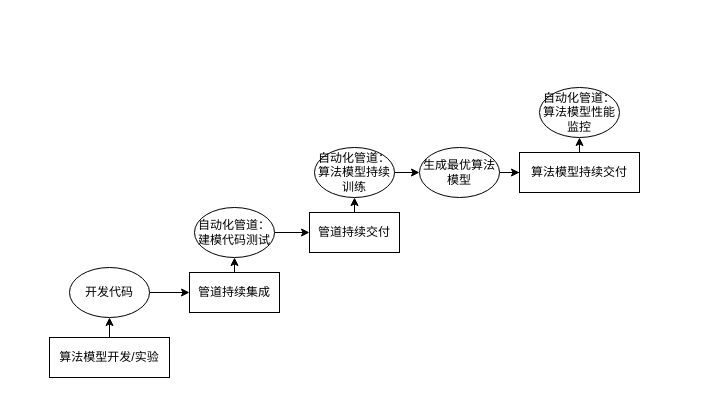
This is CI/CD自动化方案的设计图.drawio from Sequin-hdd/COINFO, a draw.io file, before an edit. Source tidied: cells renumbered, new cells numbered last; positions are measured from the earlier drawing's top-left corner, leaving out a move shared by most shapes. Both pictures are drawn from the tidied source at 100%, with x=0, y=0 at pixel (49, 87).
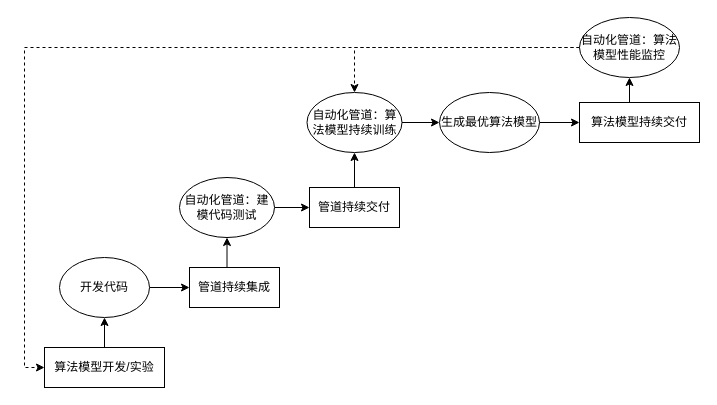
After the change.

Commit message (it also covers changes not shown here):
更新CD自动化方案的设计图.drawio

What changed in the source:
```diff
@@
     <mxCell id="3" value="&lt;div&gt;算法模型开发/实验&lt;/div&gt;" style="rounded=0;whiteSpace=wrap;html=1;" parent="1" vertex="1">
-      <mxGeometry y="250" width="120" height="40" as="geometry" />
+      <mxGeometry x="-5" y="260" width="120" height="40" as="geometry" />
     </mxCell>
@@
     <mxCell id="5" value="&lt;div&gt;管道持续集成&lt;/div&gt;" style="rounded=0;whiteSpace=wrap;html=1;" parent="1" vertex="1">
-      <mxGeometry x="140" y="185" width="90" height="40" as="geometry" />
+      <mxGeometry x="140" y="180" width="90" height="40" as="geometry" />
     </mxCell>
@@
     <mxCell id="7" value="&lt;div&gt;管道持续交付&lt;/div&gt;" style="rounded=0;whiteSpace=wrap;html=1;" parent="1" vertex="1">
-      <mxGeometry x="260" y="125" width="90" height="40" as="geometry" />
+      <mxGeometry x="260" y="100" width="90" height="40" as="geometry" />
     </mxCell>
@@
     <mxCell id="9" value="&lt;div&gt;算法模型持续交付&lt;/div&gt;" style="rounded=0;whiteSpace=wrap;html=1;" parent="1" vertex="1">
-      <mxGeometry x="470" y="65" width="120" height="40" as="geometry" />
+      <mxGeometry x="530" y="15" width="120" height="40" as="geometry" />
     </mxCell>
@@
     <mxCell id="11" value="开发代码" style="ellipse;whiteSpace=wrap;html=1;" parent="1" vertex="1">
-      <mxGeometry x="20" y="180" width="80" height="50" as="geometry" />
+      <mxGeometry x="10" y="170" width="90" height="60" as="geometry" />
     </mxCell>
@@
     <mxCell id="13" value="&lt;div&gt;自动化管道：建模代码测试&lt;/div&gt;" style="ellipse;whiteSpace=wrap;html=1;" parent="1" vertex="1">
-      <mxGeometry x="145" y="120" width="80" height="50" as="geometry" />
+      <mxGeometry x="130" y="90" width="95" height="60" as="geometry" />
     </mxCell>
@@
     <mxCell id="15" value="&lt;div&gt;自动化管道：算法模型持续训练&lt;/div&gt;" style="ellipse;whiteSpace=wrap;html=1;" parent="1" vertex="1">
-      <mxGeometry x="265" y="60" width="80" height="50" as="geometry" />
+      <mxGeometry x="257.5" y="5" width="95" height="60" as="geometry" />
     </mxCell>
@@
     <mxCell id="17" value="&lt;div&gt;生成最优算法模型&lt;/div&gt;" style="ellipse;whiteSpace=wrap;html=1;" parent="1" vertex="1">
-      <mxGeometry x="370" y="60" width="80" height="50" as="geometry" />
+      <mxGeometry x="390" y="5" width="100" height="60" as="geometry" />
     </mxCell>
+    <mxCell id="19" style="edgeStyle=orthogonalEdgeStyle;rounded=0;jettySize=auto;html=1;exitX=0;exitY=0.5;exitDx=0;exitDy=0;dashed=1;" parent="1" edge="1" source="18" target="15">
+      <mxGeometry relative="1" as="geometry" />
+    </mxCell>
+    <mxCell id="20" style="edgeStyle=orthogonalEdgeStyle;rounded=0;jettySize=auto;html=1;exitX=0;exitY=0.5;exitDx=0;exitDy=0;entryX=0;entryY=0.5;entryDx=0;entryDy=0;dashed=1;" parent="1" edge="1" source="18" target="3">
+      <mxGeometry relative="1" as="geometry" />
+    </mxCell>
     <mxCell id="18" value="&lt;div&gt;自动化管道：算法模型性能监控&lt;/div&gt;" style="ellipse;whiteSpace=wrap;html=1;" parent="1" vertex="1">
-      <mxGeometry x="490" width="80" height="50" as="geometry" />
+      <mxGeometry x="530" y="-70" width="100" height="60" as="geometry" />
     </mxCell>
```
